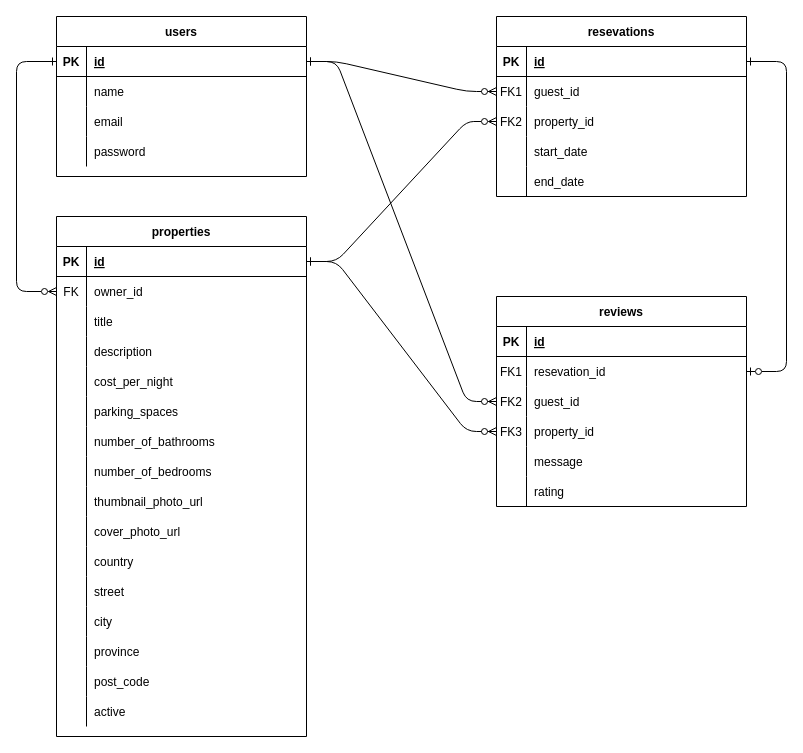
xli52/LightBnB keeps this draw.io diagram as LightBnB.drawio. Above is the earlier version. Source tidied: cells renumbered, new cells numbered last; positions are measured from the earlier drawing's top-left corner, leaving out a move shared by most shapes. Both pictures are drawn from the tidied source at 100%, with x=0, y=0 at pixel (16, 16).
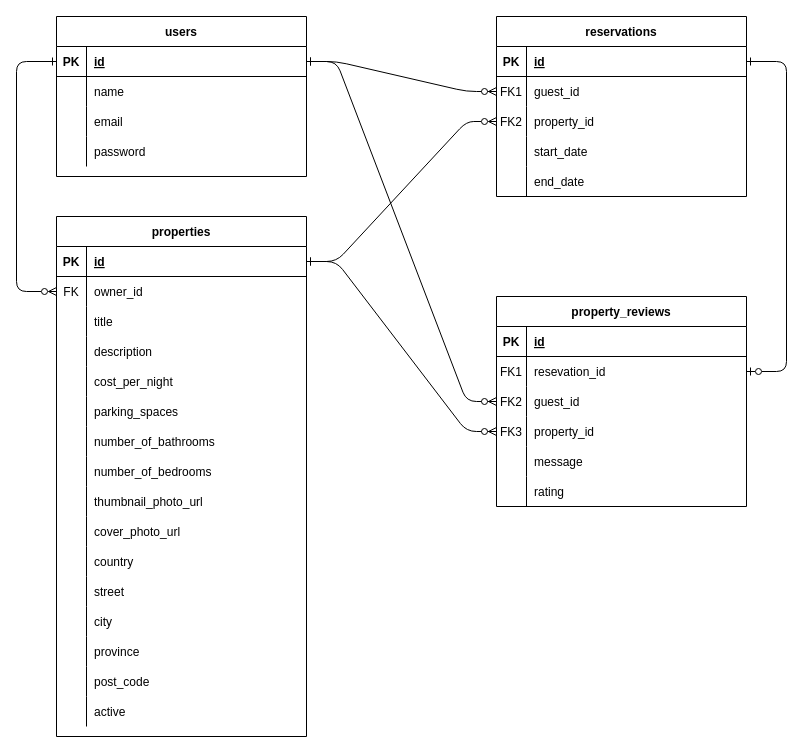
After the change.

What changed in the source:
```diff
@@
-    <mxCell id="3" value="reviews" style="shape=table;startSize=30;childLayout=tableLayout;rowLines=0;fontStyle=1;align=center;" parent="1" vertex="1">
+    <mxCell id="3" value="property_reviews" style="shape=table;startSize=30;childLayout=tableLayout;rowLines=0;fontStyle=1;align=center;" parent="1" vertex="1">
       <mxGeometry x="480" y="280" width="250" height="210" as="geometry" />
     </mxCell>
@@
-    <mxCell id="85" value="resevations" style="shape=table;startSize=30;childLayout=tableLayout;rowLines=0;fontStyle=1;align=center;" parent="1" vertex="1">
+    <mxCell id="85" value="reservations" style="shape=table;startSize=30;childLayout=tableLayout;rowLines=0;fontStyle=1;align=center;" parent="1" vertex="1">
       <mxGeometry x="480" width="250" height="180" as="geometry" />
     </mxCell>
```
